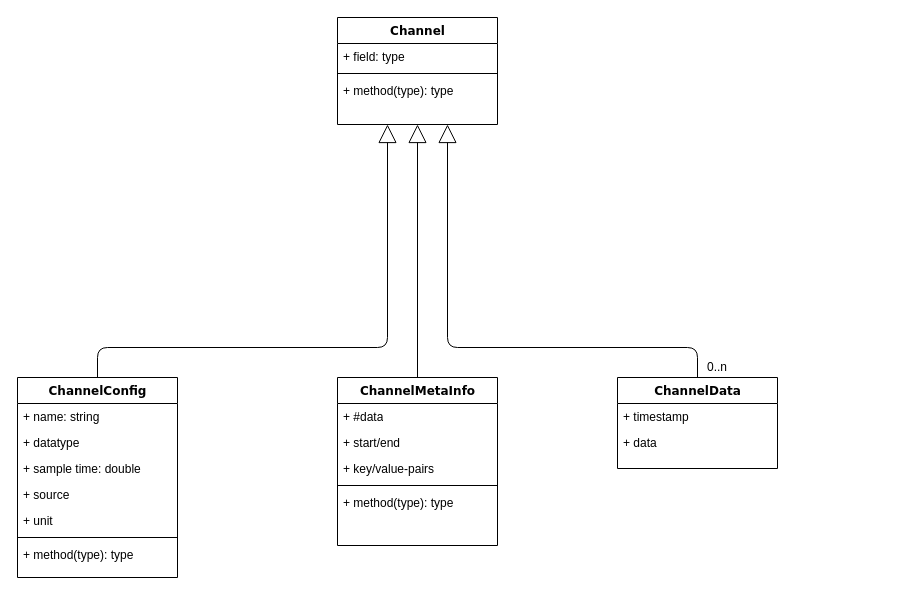
Before: channelSchema.drawio in Lycidas0815/try_git, a draw.io diagram. Source tidied: cells renumbered, new cells numbered last; positions are measured from the earlier drawing's top-left corner, leaving out a move shared by most shapes. Both pictures are drawn from the tidied source at 100%, with x=0, y=0 at pixel (17, 17).
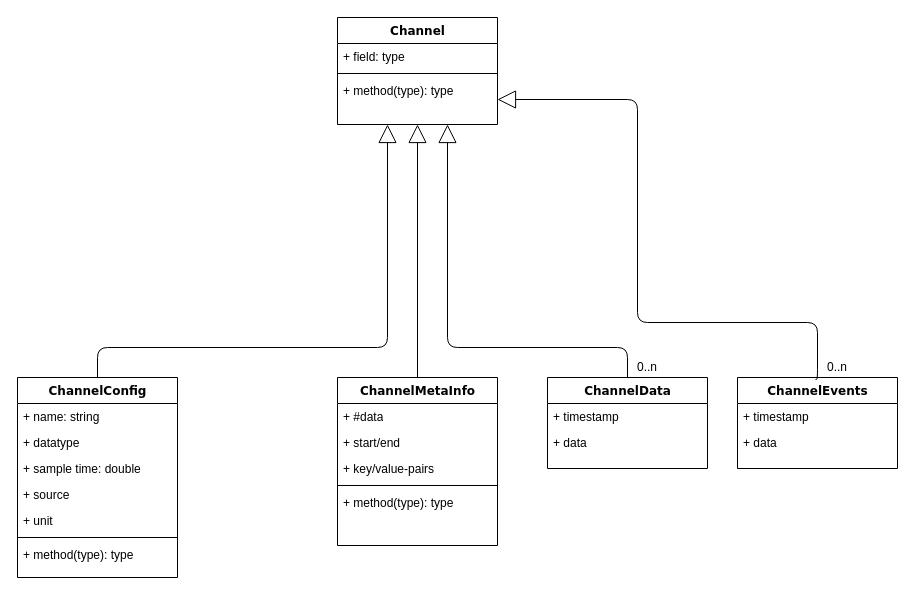
After the change.

The change refers to these unchanged cells:
```xml
<mxCell id="2" value="&lt;div&gt;Channel&lt;/div&gt;&lt;div&gt;&lt;br&gt;&lt;/div&gt;" style="swimlane;html=1;fontStyle=1;align=center;verticalAlign=top;horizontal=1;startSize=26;swimlaneFillColor=#ffffff;rounded=0;shadow=0;comic=0;labelBackgroundColor=none;strokeWidth=1;fillColor=none;fontFamily=Verdana;fontSize=12;" parent="1" vertex="1">
  <mxGeometry x="320" width="160" height="107" as="geometry" />
</mxCell>
<mxCell id="5" value="+ method(type): type" style="text;html=1;strokeColor=none;fillColor=none;align=left;verticalAlign=top;spacingLeft=4;spacingRight=4;whiteSpace=wrap;overflow=hidden;points=[[0,0.5],[1,0.5]];portConstraint=eastwest;" parent="2" vertex="1">
  <mxGeometry y="60" width="160" height="26" as="geometry" />
</mxCell>
```

The edit, as a diff of the source:
```diff
@@
     <mxCell id="22" style="edgeStyle=orthogonalEdgeStyle;html=1;labelBackgroundColor=none;startFill=0;startSize=8;endArrow=block;endFill=0;endSize=16;fontFamily=Verdana;fontSize=12;shadow=0;comic=0;" parent="1" edge="1" source="23" target="2">
       <mxGeometry relative="1" as="geometry">
         <Array as="points">
-          <mxPoint x="680" y="330" />
+          <mxPoint x="610" y="330" />
           <mxPoint x="430" y="330" />
         </Array>
       </mxGeometry>
     </mxCell>
     <mxCell id="23" value="&lt;div&gt;ChannelData&lt;/div&gt;" style="swimlane;html=1;fontStyle=1;align=center;verticalAlign=top;horizontal=1;startSize=26;swimlaneFillColor=#ffffff;rounded=0;shadow=0;comic=0;labelBackgroundColor=none;strokeWidth=1;fillColor=none;fontFamily=Verdana;fontSize=12;" parent="1" vertex="1">
-      <mxGeometry x="600" y="360" width="160" height="91" as="geometry" />
+      <mxGeometry x="530" y="360" width="160" height="91" as="geometry" />
     </mxCell>
@@
     <mxCell id="26" value="0..n" style="text;html=1;strokeColor=none;fillColor=none;align=center;verticalAlign=middle;whiteSpace=wrap;rounded=0;" parent="1" vertex="1">
-      <mxGeometry x="680" y="340" width="40" height="20" as="geometry" />
+      <mxGeometry x="610" y="340" width="40" height="20" as="geometry" />
     </mxCell>
+    <mxCell id="27" value="&lt;div&gt;ChannelEvents&lt;/div&gt;" style="swimlane;html=1;fontStyle=1;align=center;verticalAlign=top;horizontal=1;startSize=26;swimlaneFillColor=#ffffff;rounded=0;shadow=0;comic=0;labelBackgroundColor=none;strokeWidth=1;fillColor=none;fontFamily=Verdana;fontSize=12;" parent="1" vertex="1">
+      <mxGeometry x="720" y="360" width="160" height="91" as="geometry" />
+    </mxCell>
+    <mxCell id="28" value="+ timestamp" style="text;html=1;strokeColor=none;fillColor=none;align=left;verticalAlign=top;spacingLeft=4;spacingRight=4;whiteSpace=wrap;overflow=hidden;" parent="27" vertex="1">
+      <mxGeometry y="26" width="160" height="26" as="geometry" />
+    </mxCell>
+    <mxCell id="29" value="+ data" style="text;html=1;strokeColor=none;fillColor=none;align=left;verticalAlign=top;spacingLeft=4;spacingRight=4;whiteSpace=wrap;overflow=hidden;" parent="27" vertex="1">
+      <mxGeometry y="52" width="160" height="26" as="geometry" />
+    </mxCell>
+    <mxCell id="30" value="0..n" style="text;html=1;strokeColor=none;fillColor=none;align=center;verticalAlign=middle;whiteSpace=wrap;rounded=0;" parent="1" vertex="1">
+      <mxGeometry x="800" y="340" width="40" height="20" as="geometry" />
+    </mxCell>
+    <mxCell id="31" style="edgeStyle=orthogonalEdgeStyle;html=1;labelBackgroundColor=none;startFill=0;startSize=8;endArrow=block;endFill=0;endSize=16;fontFamily=Verdana;fontSize=12;shadow=0;comic=0;exitX=-0.05;exitY=1.1;exitDx=0;exitDy=0;entryX=1;entryY=0.846;entryDx=0;entryDy=0;entryPerimeter=0;exitPerimeter=0;" parent="1" edge="1" source="30" target="5">
+      <mxGeometry relative="1" as="geometry">
+        <Array as="points">
+          <mxPoint x="800" y="362" />
+          <mxPoint x="800" y="305" />
+          <mxPoint x="620" y="305" />
+          <mxPoint x="620" y="82" />
+        </Array>
+      </mxGeometry>
+    </mxCell>
```
